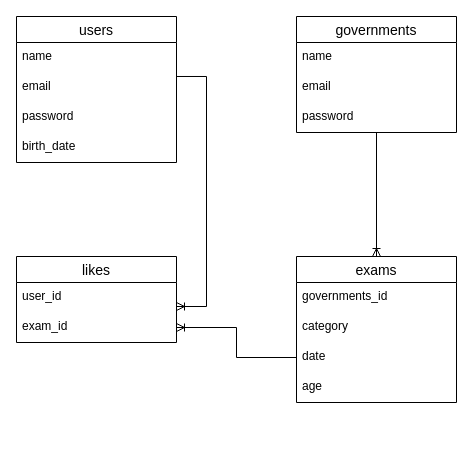
Earlier version of the draw.io diagram database.dio (masaki0102/koumuin). Source tidied: cells renumbered, new cells numbered last; positions are measured from the earlier drawing's top-left corner, leaving out a move shared by most shapes. Both pictures are drawn from the tidied source at 100%, with x=0, y=0 at pixel (16, 16).
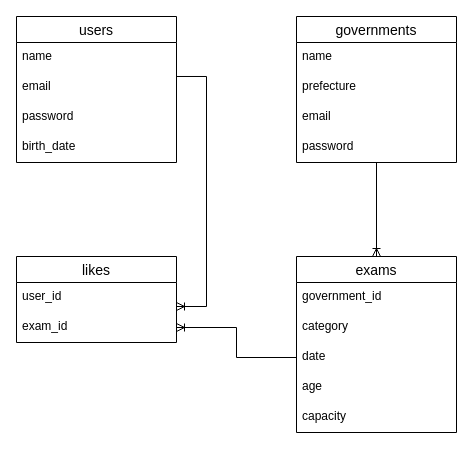
The same diagram, later.

Change to the diagram source:
```diff
@@
     <mxCell id="8" value="governments" style="swimlane;fontStyle=0;horizontal=1;startSize=26;align=center;fontSize=14;" parent="1" vertex="1">
-      <mxGeometry x="280" width="160" height="116" as="geometry" />
+      <mxGeometry x="280" width="160" height="146" as="geometry" />
     </mxCell>
@@
+    <mxCell id="22" value="prefecture" style="text;strokeColor=none;fillColor=none;spacingLeft=4;spacingRight=4;overflow=hidden;fontSize=12;" parent="8" vertex="1">
+      <mxGeometry y="56" width="160" height="30" as="geometry" />
+    </mxCell>
     <mxCell id="10" value="email" style="text;strokeColor=none;fillColor=none;spacingLeft=4;spacingRight=4;overflow=hidden;fontSize=12;" parent="8" vertex="1">
-      <mxGeometry y="56" width="160" height="30" as="geometry" />
+      <mxGeometry y="86" width="160" height="30" as="geometry" />
     </mxCell>
     <mxCell id="11" value="password" style="text;strokeColor=none;fillColor=none;spacingLeft=4;spacingRight=4;overflow=hidden;fontSize=12;" parent="8" vertex="1">
-      <mxGeometry y="86" width="160" height="30" as="geometry" />
+      <mxGeometry y="116" width="160" height="30" as="geometry" />
     </mxCell>
     <mxCell id="12" value="exams" style="swimlane;fontStyle=0;horizontal=1;startSize=26;align=center;fontSize=14;" parent="1" vertex="1">
-      <mxGeometry x="280" y="240" width="160" height="146" as="geometry" />
+      <mxGeometry x="280" y="240" width="160" height="176" as="geometry" />
     </mxCell>
-    <mxCell id="13" value="governments_id" style="text;strokeColor=none;fillColor=none;spacingLeft=4;spacingRight=4;overflow=hidden;fontSize=12;" parent="12" vertex="1">
+    <mxCell id="13" value="government_id" style="text;strokeColor=none;fillColor=none;spacingLeft=4;spacingRight=4;overflow=hidden;fontSize=12;" parent="12" vertex="1">
       <mxGeometry y="26" width="160" height="30" as="geometry" />
     </mxCell>
@@
+    <mxCell id="23" value="capacity" style="text;strokeColor=none;fillColor=none;spacingLeft=4;spacingRight=4;overflow=hidden;fontSize=12;" parent="12" vertex="1">
+      <mxGeometry y="146" width="160" height="30" as="geometry" />
+    </mxCell>
```
